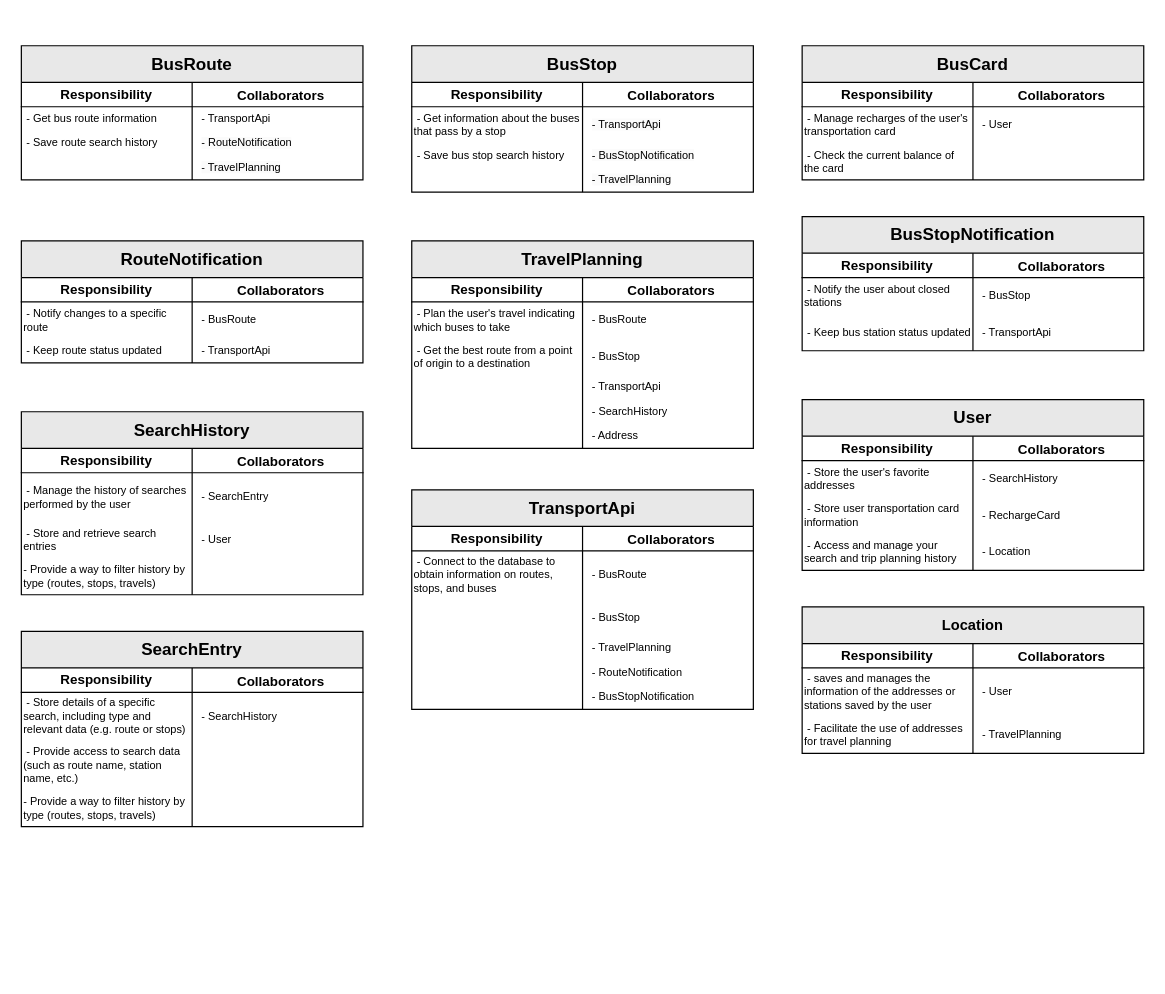
Above: page "CRC" (1 of 3) of diagrams.drawio in ProyectoFinalSoftwareModeling/SmartCommute (draw.io), before the change. Source tidied: cells renumbered, new cells numbered last; positions are measured from the earlier drawing's top-left corner, leaving out a move shared by most shapes. Both pictures are drawn from the tidied source at 122%, with x=0, y=0 at pixel (21, 45).
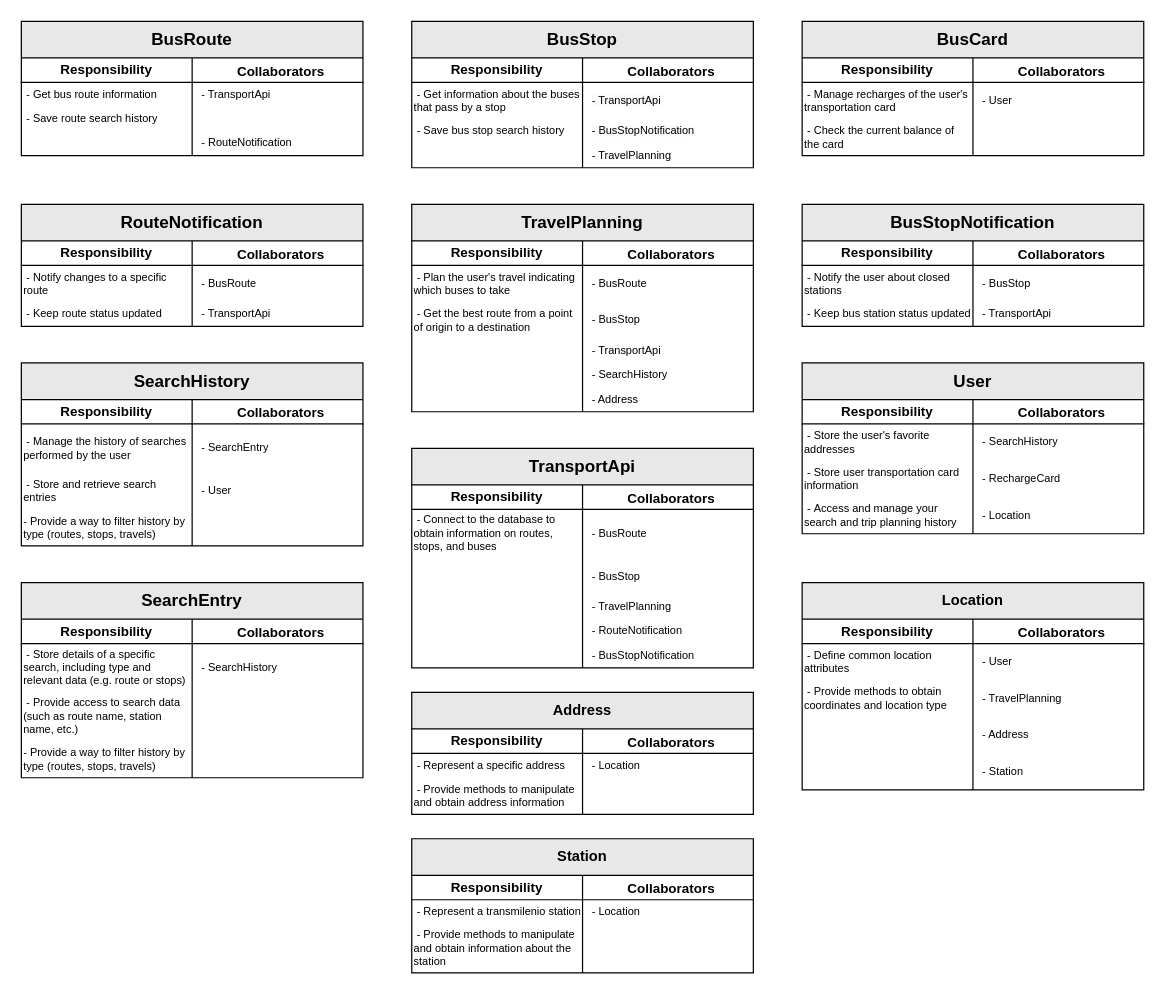
Above is the later version.

Diff of the diagram source:
```diff
@@
     <mxCell id="2" value="&lt;span style=&quot;text-wrap: nowrap;&quot;&gt;&lt;font style=&quot;font-size: 14px;&quot;&gt;BusRoute&lt;/font&gt;&lt;/span&gt;" style="shape=table;startSize=30;childLayout=tableLayout;rowLines=0;fontStyle=1;align=center;html=1;whiteSpace=wrap;swimlaneLine=1;rounded=0;shadow=0;gradientColor=none;fillStyle=auto;fillColor=#E8E8E8;" parent="1" vertex="1">
-      <mxGeometry width="280" height="110" as="geometry" />
+      <mxGeometry y="-20" width="280" height="110" as="geometry" />
     </mxCell>
@@
     <mxCell id="15" value="&lt;span style=&quot;text-wrap: nowrap;&quot;&gt;&lt;font style=&quot;font-size: 14px;&quot;&gt;BusStop&lt;/font&gt;&lt;/span&gt;" style="shape=table;startSize=30;childLayout=tableLayout;rowLines=0;fontStyle=1;align=center;html=1;whiteSpace=wrap;swimlaneLine=1;rounded=0;shadow=0;gradientColor=none;fillStyle=auto;fillColor=#E8E8E8;" parent="1" vertex="1">
-      <mxGeometry x="320" width="280" height="120" as="geometry" />
+      <mxGeometry x="320" y="-20" width="280" height="120" as="geometry" />
     </mxCell>
@@
     <mxCell id="28" value="&lt;span style=&quot;text-wrap: nowrap;&quot;&gt;&lt;font style=&quot;font-size: 14px;&quot;&gt;RouteNotification&lt;/font&gt;&lt;/span&gt;" style="shape=table;startSize=30;childLayout=tableLayout;rowLines=0;fontStyle=1;align=center;html=1;whiteSpace=wrap;swimlaneLine=1;rounded=0;shadow=0;gradientColor=none;fillStyle=auto;fillColor=#E8E8E8;" parent="1" vertex="1">
-      <mxGeometry y="160" width="280" height="100" as="geometry" />
+      <mxGeometry y="130" width="280" height="100" as="geometry" />
     </mxCell>
@@
     <mxCell id="38" value="&lt;span style=&quot;text-wrap: nowrap;&quot;&gt;&lt;font style=&quot;font-size: 14px;&quot;&gt;TravelPlanning&lt;/font&gt;&lt;/span&gt;" style="shape=table;startSize=30;childLayout=tableLayout;rowLines=0;fontStyle=1;align=center;html=1;whiteSpace=wrap;swimlaneLine=1;rounded=0;shadow=0;gradientColor=none;fillStyle=auto;fillColor=#E8E8E8;" parent="1" vertex="1">
-      <mxGeometry x="320" y="160" width="280" height="170" as="geometry" />
+      <mxGeometry x="320" y="130" width="280" height="170" as="geometry" />
     </mxCell>
@@
     <mxCell id="57" value="&lt;span style=&quot;text-wrap: nowrap;&quot;&gt;&lt;font style=&quot;font-size: 14px;&quot;&gt;SearchHistory&lt;/font&gt;&lt;/span&gt;" style="shape=table;startSize=30;childLayout=tableLayout;rowLines=0;fontStyle=1;align=center;html=1;whiteSpace=wrap;swimlaneLine=1;rounded=0;shadow=0;gradientColor=none;fillStyle=auto;fillColor=#E8E8E8;" parent="1" vertex="1">
-      <mxGeometry y="300" width="280" height="150" as="geometry" />
+      <mxGeometry y="260" width="280" height="150" as="geometry" />
     </mxCell>
@@
     <mxCell id="70" value="&lt;span style=&quot;text-wrap: nowrap;&quot;&gt;&lt;font style=&quot;font-size: 14px;&quot;&gt;TransportApi&lt;/font&gt;&lt;/span&gt;" style="shape=table;startSize=30;childLayout=tableLayout;rowLines=0;fontStyle=1;align=center;html=1;whiteSpace=wrap;swimlaneLine=1;rounded=0;shadow=0;gradientColor=none;fillStyle=auto;fillColor=#E8E8E8;" parent="1" vertex="1">
-      <mxGeometry x="320" y="364" width="280" height="180" as="geometry" />
+      <mxGeometry x="320" y="330" width="280" height="180" as="geometry" />
     </mxCell>
@@
     <mxCell id="89" value="&lt;span style=&quot;text-wrap: nowrap;&quot;&gt;&lt;font style=&quot;font-size: 14px;&quot;&gt;BusCard&lt;/font&gt;&lt;/span&gt;" style="shape=table;startSize=30;childLayout=tableLayout;rowLines=0;fontStyle=1;align=center;html=1;whiteSpace=wrap;swimlaneLine=1;rounded=0;shadow=0;gradientColor=none;fillStyle=auto;fillColor=#E8E8E8;" parent="1" vertex="1">
-      <mxGeometry x="640" width="280" height="110" as="geometry" />
+      <mxGeometry x="640" y="-20" width="280" height="110" as="geometry" />
     </mxCell>
@@
     <mxCell id="99" value="&lt;span style=&quot;text-wrap: nowrap;&quot;&gt;&lt;font style=&quot;font-size: 14px;&quot;&gt;BusStopNotification&lt;/font&gt;&lt;/span&gt;" style="shape=table;startSize=30;childLayout=tableLayout;rowLines=0;fontStyle=1;align=center;html=1;whiteSpace=wrap;swimlaneLine=1;rounded=0;shadow=0;gradientColor=none;fillStyle=auto;fillColor=#E8E8E8;" parent="1" vertex="1">
-      <mxGeometry x="640" y="140" width="280" height="110" as="geometry" />
+      <mxGeometry x="640" y="130" width="280" height="100" as="geometry" />
     </mxCell>
@@
     <mxCell id="106" style="shape=tableRow;horizontal=0;startSize=0;swimlaneHead=0;swimlaneBody=0;fillColor=none;top=0;left=0;right=0;bottom=0;html=1;" parent="99" vertex="1">
-      <mxGeometry y="80" width="280" height="30" as="geometry" />
+      <mxGeometry y="80" width="280" height="20" as="geometry" />
     </mxCell>
     <mxCell id="107" value="&amp;nbsp;- Keep bus station status updated" style="shape=partialRectangle;fillColor=none;top=0;left=0;bottom=0;right=0;overflow=hidden;html=1;whiteSpace=wrap;fontSize=9;align=left;" parent="106" vertex="1">
-      <mxGeometry width="140" height="30" as="geometry" />
+      <mxGeometry width="140" height="20" as="geometry" />
     </mxCell>
     <mxCell id="108" value="- TransportApi" style="shape=partialRectangle;fillColor=none;top=0;left=0;bottom=0;right=0;align=left;spacingLeft=6;overflow=hidden;html=1;whiteSpace=wrap;fontSize=9;" parent="106" vertex="1">
-      <mxGeometry x="140" width="140" height="30" as="geometry" />
+      <mxGeometry x="140" width="140" height="20" as="geometry" />
     </mxCell>
     <mxCell id="109" value="&lt;span style=&quot;text-wrap: nowrap;&quot;&gt;&lt;font style=&quot;font-size: 14px;&quot;&gt;User&lt;/font&gt;&lt;/span&gt;" style="shape=table;startSize=30;childLayout=tableLayout;rowLines=0;fontStyle=1;align=center;html=1;whiteSpace=wrap;swimlaneLine=1;rounded=0;shadow=0;gradientColor=none;fillStyle=auto;fillColor=#E8E8E8;" parent="1" vertex="1">
-      <mxGeometry x="640" y="290" width="280" height="140" as="geometry" />
+      <mxGeometry x="640" y="260" width="280" height="140" as="geometry" />
     </mxCell>
@@
     <mxCell id="122" value="&lt;span style=&quot;text-align: left; text-wrap: nowrap;&quot;&gt;Location&lt;/span&gt;" style="shape=table;startSize=30;childLayout=tableLayout;rowLines=0;fontStyle=1;align=center;html=1;whiteSpace=wrap;swimlaneLine=1;rounded=0;shadow=0;gradientColor=none;fillStyle=auto;fillColor=#E8E8E8;" parent="1" vertex="1">
-      <mxGeometry x="640" y="460" width="280" height="120" as="geometry" />
+      <mxGeometry x="640" y="440" width="280" height="170" as="geometry" />
     </mxCell>
@@
     <mxCell id="126" style="shape=tableRow;horizontal=0;startSize=0;swimlaneHead=0;swimlaneBody=0;fillColor=none;top=0;left=0;right=0;bottom=0;html=1;" parent="122" vertex="1">
-      <mxGeometry y="50" width="280" height="40" as="geometry" />
+      <mxGeometry y="50" width="280" height="30" as="geometry" />
     </mxCell>
-    <mxCell id="127" value="&amp;nbsp;-&amp;nbsp;saves and manages the information of the addresses or stations saved by the user" style="shape=partialRectangle;fillColor=none;top=0;left=0;bottom=0;right=0;overflow=hidden;html=1;whiteSpace=wrap;align=left;fontSize=9;" parent="126" vertex="1">
-      <mxGeometry width="140" height="40" as="geometry" />
+    <mxCell id="127" value="&amp;nbsp;-&amp;nbsp;Define common location attributes" style="shape=partialRectangle;fillColor=none;top=0;left=0;bottom=0;right=0;overflow=hidden;html=1;whiteSpace=wrap;align=left;fontSize=9;" parent="126" vertex="1">
+      <mxGeometry width="140" height="30" as="geometry" />
     </mxCell>
     <mxCell id="128" value="- User" style="shape=partialRectangle;fillColor=none;top=0;left=0;bottom=0;right=0;align=left;spacingLeft=6;overflow=hidden;html=1;whiteSpace=wrap;fontSize=9;" parent="126" vertex="1">
-      <mxGeometry x="140" width="140" height="40" as="geometry" />
+      <mxGeometry x="140" width="140" height="30" as="geometry" />
     </mxCell>
     <mxCell id="129" style="shape=tableRow;horizontal=0;startSize=0;swimlaneHead=0;swimlaneBody=0;fillColor=none;top=0;left=0;right=0;bottom=0;html=1;" parent="122" vertex="1">
-      <mxGeometry y="90" width="280" height="30" as="geometry" />
+      <mxGeometry y="80" width="280" height="30" as="geometry" />
     </mxCell>
-    <mxCell id="130" value="&amp;nbsp;- Facilitate the use of addresses for travel planning" style="shape=partialRectangle;fillColor=none;top=0;left=0;bottom=0;right=0;overflow=hidden;html=1;whiteSpace=wrap;fontSize=9;align=left;" parent="129" vertex="1">
+    <mxCell id="130" value="&amp;nbsp;- Provide methods to obtain coordinates and location type" style="shape=partialRectangle;fillColor=none;top=0;left=0;bottom=0;right=0;overflow=hidden;html=1;whiteSpace=wrap;fontSize=9;align=left;" parent="129" vertex="1">
       <mxGeometry width="140" height="30" as="geometry" />
     </mxCell>
@@
+    <mxCell id="147" style="shape=tableRow;horizontal=0;startSize=0;swimlaneHead=0;swimlaneBody=0;fillColor=none;top=0;left=0;right=0;bottom=0;html=1;" parent="122" vertex="1">
+      <mxGeometry y="110" width="280" height="30" as="geometry" />
+    </mxCell>
+    <mxCell id="148" style="shape=partialRectangle;fillColor=none;top=0;left=0;bottom=0;right=0;overflow=hidden;html=1;whiteSpace=wrap;fontSize=9;align=left;" parent="147" vertex="1">
+      <mxGeometry width="140" height="30" as="geometry" />
+    </mxCell>
+    <mxCell id="149" value="- Address" style="shape=partialRectangle;fillColor=none;top=0;left=0;bottom=0;right=0;align=left;spacingLeft=6;overflow=hidden;html=1;whiteSpace=wrap;fontSize=9;" parent="147" vertex="1">
+      <mxGeometry x="140" width="140" height="30" as="geometry" />
+    </mxCell>
+    <mxCell id="150" style="shape=tableRow;horizontal=0;startSize=0;swimlaneHead=0;swimlaneBody=0;fillColor=none;top=0;left=0;right=0;bottom=0;html=1;" parent="122" vertex="1">
+      <mxGeometry y="140" width="280" height="30" as="geometry" />
+    </mxCell>
+    <mxCell id="151" style="shape=partialRectangle;fillColor=none;top=0;left=0;bottom=0;right=0;overflow=hidden;html=1;whiteSpace=wrap;fontSize=9;align=left;" parent="150" vertex="1">
+      <mxGeometry width="140" height="30" as="geometry" />
+    </mxCell>
+    <mxCell id="152" value="- Station" style="shape=partialRectangle;fillColor=none;top=0;left=0;bottom=0;right=0;align=left;spacingLeft=6;overflow=hidden;html=1;whiteSpace=wrap;fontSize=9;" parent="150" vertex="1">
+      <mxGeometry x="140" width="140" height="30" as="geometry" />
+    </mxCell>
     <mxCell id="132" value="&lt;span style=&quot;text-wrap: nowrap;&quot;&gt;&lt;font style=&quot;font-size: 14px;&quot;&gt;SearchEntry&lt;/font&gt;&lt;/span&gt;" style="shape=table;startSize=30;childLayout=tableLayout;rowLines=0;fontStyle=1;align=center;html=1;whiteSpace=wrap;swimlaneLine=1;rounded=0;shadow=0;gradientColor=none;fillStyle=auto;fillColor=#E8E8E8;" parent="1" vertex="1">
-      <mxGeometry y="480" width="280" height="160" as="geometry" />
+      <mxGeometry y="440" width="280" height="160" as="geometry" />
     </mxCell>
@@
-    <mxCell id="146" value="&lt;span style=&quot;color: rgb(0, 0, 0); font-family: Helvetica; font-size: 9px; font-style: normal; font-variant-ligatures: normal; font-variant-caps: normal; font-weight: 400; letter-spacing: normal; orphans: 2; text-align: left; text-indent: 0px; text-transform: none; widows: 2; word-spacing: 0px; -webkit-text-stroke-width: 0px; white-space: normal; background-color: rgb(251, 251, 251); text-decoration-thickness: initial; text-decoration-style: initial; text-decoration-color: initial; display: inline !important; float: none;&quot;&gt;- TravelPlanning&lt;/span&gt;" style="shape=partialRectangle;fillColor=none;top=0;left=0;bottom=0;right=0;align=left;spacingLeft=6;overflow=hidden;html=1;whiteSpace=wrap;fontSize=9;" parent="1" vertex="1">
-      <mxGeometry x="460" y="100" width="140" height="20" as="geometry" />
+    <mxCell id="146" value="- TravelPlanning" style="shape=partialRectangle;fillColor=none;top=0;left=0;bottom=0;right=0;align=left;spacingLeft=6;overflow=hidden;html=1;whiteSpace=wrap;fontSize=9;" parent="1" vertex="1">
+      <mxGeometry x="460" y="80" width="140" height="20" as="geometry" />
     </mxCell>
+    <mxCell id="153" value="Address" style="shape=table;startSize=30;childLayout=tableLayout;rowLines=0;fontStyle=1;align=center;html=1;whiteSpace=wrap;swimlaneLine=1;rounded=0;shadow=0;gradientColor=none;fillStyle=auto;fillColor=#E8E8E8;" parent="1" vertex="1">
+      <mxGeometry x="320" y="530" width="280" height="100" as="geometry" />
+    </mxCell>
+    <mxCell id="154" style="shape=tableRow;horizontal=0;startSize=0;swimlaneHead=0;swimlaneBody=0;fillColor=none;top=0;left=0;right=0;bottom=1;html=1;fontStyle=4;" parent="153" vertex="1">
+      <mxGeometry y="30" width="280" height="20" as="geometry" />
+    </mxCell>
+    <mxCell id="155" value="&lt;span style=&quot;font-size: 11px;&quot;&gt;Responsibility&lt;/span&gt;" style="shape=partialRectangle;fillColor=none;top=0;left=0;bottom=0;right=0;fontStyle=1;overflow=hidden;html=1;whiteSpace=wrap;fontSize=11;" parent="154" vertex="1">
+      <mxGeometry width="140" height="20" as="geometry" />
+    </mxCell>
+    <mxCell id="156" value="&lt;div style=&quot;&quot;&gt;&lt;font style=&quot;font-size: 11px;&quot;&gt;Collaborators&lt;/font&gt;&lt;/div&gt;" style="shape=partialRectangle;fillColor=none;top=0;left=0;bottom=0;right=0;align=center;spacingLeft=6;fontStyle=1;overflow=hidden;html=1;whiteSpace=wrap;fontSize=13;" parent="154" vertex="1">
+      <mxGeometry x="140" width="140" height="20" as="geometry" />
+    </mxCell>
+    <mxCell id="157" style="shape=tableRow;horizontal=0;startSize=0;swimlaneHead=0;swimlaneBody=0;fillColor=none;top=0;left=0;right=0;bottom=0;html=1;" parent="153" vertex="1">
+      <mxGeometry y="50" width="280" height="20" as="geometry" />
+    </mxCell>
+    <mxCell id="158" value="&amp;nbsp;-&amp;nbsp;Represent a specific address" style="shape=partialRectangle;fillColor=none;top=0;left=0;bottom=0;right=0;overflow=hidden;html=1;whiteSpace=wrap;align=left;fontSize=9;" parent="157" vertex="1">
+      <mxGeometry width="140" height="20" as="geometry" />
+    </mxCell>
+    <mxCell id="159" value="- Location" style="shape=partialRectangle;fillColor=none;top=0;left=0;bottom=0;right=0;align=left;spacingLeft=6;overflow=hidden;html=1;whiteSpace=wrap;fontSize=9;" parent="157" vertex="1">
+      <mxGeometry x="140" width="140" height="20" as="geometry" />
+    </mxCell>
+    <mxCell id="160" style="shape=tableRow;horizontal=0;startSize=0;swimlaneHead=0;swimlaneBody=0;fillColor=none;top=0;left=0;right=0;bottom=0;html=1;" parent="153" vertex="1">
+      <mxGeometry y="70" width="280" height="30" as="geometry" />
+    </mxCell>
+    <mxCell id="161" value="&amp;nbsp;- Provide methods to manipulate and obtain address information" style="shape=partialRectangle;fillColor=none;top=0;left=0;bottom=0;right=0;overflow=hidden;html=1;whiteSpace=wrap;fontSize=9;align=left;" parent="160" vertex="1">
+      <mxGeometry width="140" height="30" as="geometry" />
+    </mxCell>
+    <mxCell id="162" style="shape=partialRectangle;fillColor=none;top=0;left=0;bottom=0;right=0;align=left;spacingLeft=6;overflow=hidden;html=1;whiteSpace=wrap;fontSize=9;" parent="160" vertex="1">
+      <mxGeometry x="140" width="140" height="30" as="geometry" />
+    </mxCell>
+    <mxCell id="163" value="Station" style="shape=table;startSize=30;childLayout=tableLayout;rowLines=0;fontStyle=1;align=center;html=1;whiteSpace=wrap;swimlaneLine=1;rounded=0;shadow=0;gradientColor=none;fillStyle=auto;fillColor=#E8E8E8;" parent="1" vertex="1">
+      <mxGeometry x="320" y="650" width="280" height="110" as="geometry" />
+    </mxCell>
+    <mxCell id="164" style="shape=tableRow;horizontal=0;startSize=0;swimlaneHead=0;swimlaneBody=0;fillColor=none;top=0;left=0;right=0;bottom=1;html=1;fontStyle=4;" parent="163" vertex="1">
+      <mxGeometry y="30" width="280" height="20" as="geometry" />
+    </mxCell>
+    <mxCell id="165" value="&lt;span style=&quot;font-size: 11px;&quot;&gt;Responsibility&lt;/span&gt;" style="shape=partialRectangle;fillColor=none;top=0;left=0;bottom=0;right=0;fontStyle=1;overflow=hidden;html=1;whiteSpace=wrap;fontSize=11;" parent="164" vertex="1">
+      <mxGeometry width="140" height="20" as="geometry" />
+    </mxCell>
+    <mxCell id="166" value="&lt;div style=&quot;&quot;&gt;&lt;font style=&quot;font-size: 11px;&quot;&gt;Collaborators&lt;/font&gt;&lt;/div&gt;" style="shape=partialRectangle;fillColor=none;top=0;left=0;bottom=0;right=0;align=center;spacingLeft=6;fontStyle=1;overflow=hidden;html=1;whiteSpace=wrap;fontSize=13;" parent="164" vertex="1">
+      <mxGeometry x="140" width="140" height="20" as="geometry" />
+    </mxCell>
+    <mxCell id="167" style="shape=tableRow;horizontal=0;startSize=0;swimlaneHead=0;swimlaneBody=0;fillColor=none;top=0;left=0;right=0;bottom=0;html=1;" parent="163" vertex="1">
+      <mxGeometry y="50" width="280" height="20" as="geometry" />
+    </mxCell>
+    <mxCell id="168" value="&amp;nbsp;-&amp;nbsp;Represent a transmilenio station" style="shape=partialRectangle;fillColor=none;top=0;left=0;bottom=0;right=0;overflow=hidden;html=1;whiteSpace=wrap;align=left;fontSize=9;" parent="167" vertex="1">
+      <mxGeometry width="140" height="20" as="geometry" />
+    </mxCell>
+    <mxCell id="169" value="- Location" style="shape=partialRectangle;fillColor=none;top=0;left=0;bottom=0;right=0;align=left;spacingLeft=6;overflow=hidden;html=1;whiteSpace=wrap;fontSize=9;" parent="167" vertex="1">
+      <mxGeometry x="140" width="140" height="20" as="geometry" />
+    </mxCell>
+    <mxCell id="170" style="shape=tableRow;horizontal=0;startSize=0;swimlaneHead=0;swimlaneBody=0;fillColor=none;top=0;left=0;right=0;bottom=0;html=1;" parent="163" vertex="1">
+      <mxGeometry y="70" width="280" height="40" as="geometry" />
+    </mxCell>
+    <mxCell id="171" value="&amp;nbsp;- Provide methods to manipulate and obtain information about the station" style="shape=partialRectangle;fillColor=none;top=0;left=0;bottom=0;right=0;overflow=hidden;html=1;whiteSpace=wrap;fontSize=9;align=left;" parent="170" vertex="1">
+      <mxGeometry width="140" height="40" as="geometry" />
+    </mxCell>
+    <mxCell id="172" style="shape=partialRectangle;fillColor=none;top=0;left=0;bottom=0;right=0;align=left;spacingLeft=6;overflow=hidden;html=1;whiteSpace=wrap;fontSize=9;" parent="170" vertex="1">
+      <mxGeometry x="140" width="140" height="40" as="geometry" />
+    </mxCell>
```
